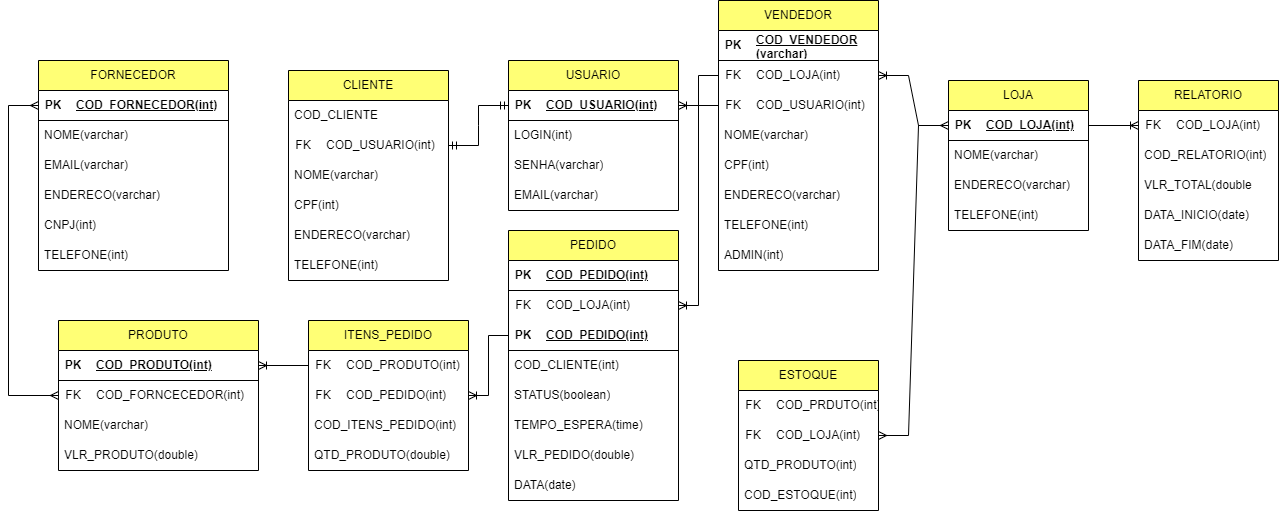
The draw.io diagram ProjetoLógicoZéDelivery/zedelivery.drawio.png in NicolasKevin2/BD, before a commit. Source tidied: cells renumbered, new cells last; positions are measured from the earlier drawing's top-left corner, leaving out a move shared by most shapes.
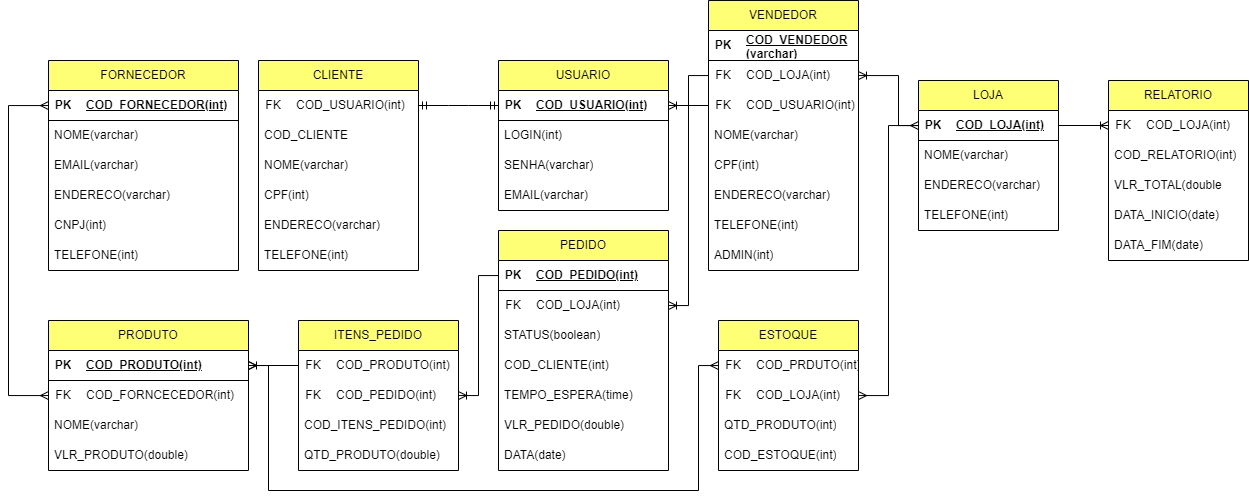
Above is the later version.

Diff of the diagram source:
```diff
@@ -27,13 +27,10 @@
       <mxGeometry y="120" width="170" height="30" as="geometry" />
     </mxCell>
     <mxCell id="10" value="CLIENTE" style="swimlane;fontStyle=0;horizontal=1;startSize=30;whiteSpace=wrap;html=1;fillColor=#FFFF75;" parent="1" vertex="1">
-      <mxGeometry x="280" y="70" width="160" height="210" as="geometry" />
+      <mxGeometry x="260" y="60" width="160" height="210" as="geometry" />
     </mxCell>
-    <mxCell id="11" value="COD_CLIENTE" style="text;strokeColor=none;fillColor=none;align=left;verticalAlign=middle;spacingLeft=4;spacingRight=4;overflow=hidden;whiteSpace=wrap;html=1;" parent="10" vertex="1">
-      <mxGeometry y="30" width="160" height="30" as="geometry" />
-    </mxCell>
     <mxCell id="12" style="shape=table;startSize=0;rowLines=0;fontStyle=0;align=center;strokeColor=none;fillColor=none;" parent="10" vertex="1">
-      <mxGeometry y="60" width="160" height="30" as="geometry" />
+      <mxGeometry y="30" width="160" height="30" as="geometry" />
     </mxCell>
     <mxCell id="13" style="shape=tableRow;horizontal=0;startSize=0;swimlaneHead=0;swimlaneBody=0;fillColor=none;points=[[0,0.5],[1,0.5]];portConstraint=eastwest;top=0;left=0;right=0;bottom=0;" parent="12" vertex="1">
       <mxGeometry width="160" height="30" as="geometry" />
@@ -44,6 +41,9 @@
     <mxCell id="15" value="COD_USUARIO(int)" style="shape=partialRectangle;fillColor=none;top=0;left=0;bottom=0;right=0;align=left;spacingLeft=6;fontStyle=0;overflow=hidden;whiteSpace=wrap;html=1;" parent="13" vertex="1">
       <mxGeometry x="30" width="130" height="30" as="geometry" />
     </mxCell>
+    <mxCell id="11" value="COD_CLIENTE" style="text;strokeColor=none;fillColor=none;align=left;verticalAlign=middle;spacingLeft=4;spacingRight=4;overflow=hidden;whiteSpace=wrap;html=1;" parent="10" vertex="1">
+      <mxGeometry y="60" width="160" height="30" as="geometry" />
+    </mxCell>
     <mxCell id="16" value="NOME(varchar)" style="text;strokeColor=none;fillColor=none;align=left;verticalAlign=middle;spacingLeft=4;spacingRight=4;overflow=hidden;whiteSpace=wrap;html=1;" parent="10" vertex="1">
       <mxGeometry y="90" width="160" height="30" as="geometry" />
     </mxCell>
@@ -57,10 +57,10 @@
       <mxGeometry y="180" width="160" height="30" as="geometry" />
     </mxCell>
     <mxCell id="20" value="VENDEDOR" style="swimlane;fontStyle=0;horizontal=1;startSize=30;whiteSpace=wrap;html=1;fillColor=#FFFF75;" parent="1" vertex="1">
-      <mxGeometry x="710" width="160" height="270" as="geometry" />
+      <mxGeometry x="710" width="150" height="270" as="geometry" />
     </mxCell>
     <mxCell id="21" style="shape=tableRow;horizontal=0;startSize=0;swimlaneHead=0;swimlaneBody=0;fillColor=none;top=0;left=0;right=0;bottom=1;" parent="20" vertex="1">
-      <mxGeometry y="30" width="160" height="30" as="geometry" />
+      <mxGeometry y="30" width="150" height="30" as="geometry" />
     </mxCell>
     <mxCell id="22" value="PK" style="shape=partialRectangle;fillColor=none;top=0;left=0;bottom=0;right=0;fontStyle=1;overflow=hidden;whiteSpace=wrap;html=1;" parent="21" vertex="1">
       <mxGeometry width="30" height="30" as="geometry" />
@@ -69,46 +69,46 @@
       <mxGeometry x="30" width="150" height="30" as="geometry" />
     </mxCell>
     <mxCell id="24" style="shape=table;startSize=0;rowLines=0;fontStyle=0;align=center;strokeColor=none;fillColor=none;" parent="20" vertex="1">
-      <mxGeometry y="60" width="160" height="30" as="geometry" />
+      <mxGeometry y="60" width="150" height="30" as="geometry" />
     </mxCell>
     <mxCell id="25" style="shape=tableRow;horizontal=0;startSize=0;swimlaneHead=0;swimlaneBody=0;fillColor=none;points=[[0,0.5],[1,0.5]];portConstraint=eastwest;top=0;left=0;right=0;bottom=0;" parent="24" vertex="1">
-      <mxGeometry width="160" height="30" as="geometry" />
+      <mxGeometry width="150" height="30" as="geometry" />
     </mxCell>
     <mxCell id="26" value="FK" style="shape=partialRectangle;fillColor=none;top=0;left=0;bottom=0;right=0;fontStyle=0;overflow=hidden;whiteSpace=wrap;html=1;" parent="25" vertex="1">
       <mxGeometry width="30" height="30" as="geometry" />
     </mxCell>
     <mxCell id="27" value="COD_LOJA(int)" style="shape=partialRectangle;fillColor=none;top=0;left=0;bottom=0;right=0;align=left;spacingLeft=6;fontStyle=0;overflow=hidden;whiteSpace=wrap;html=1;" parent="25" vertex="1">
-      <mxGeometry x="30" width="130" height="30" as="geometry" />
+      <mxGeometry x="30" width="120" height="30" as="geometry" />
     </mxCell>
     <mxCell id="28" style="shape=table;startSize=0;rowLines=0;fontStyle=0;align=center;strokeColor=none;fillColor=none;" parent="20" vertex="1">
-      <mxGeometry y="90" width="160" height="30" as="geometry" />
+      <mxGeometry y="90" width="150" height="30" as="geometry" />
     </mxCell>
     <mxCell id="29" style="shape=tableRow;horizontal=0;startSize=0;swimlaneHead=0;swimlaneBody=0;fillColor=none;points=[[0,0.5],[1,0.5]];portConstraint=eastwest;top=0;left=0;right=0;bottom=0;" parent="28" vertex="1">
-      <mxGeometry width="160" height="30" as="geometry" />
+      <mxGeometry width="150" height="30" as="geometry" />
     </mxCell>
     <mxCell id="30" value="FK" style="shape=partialRectangle;fillColor=none;top=0;left=0;bottom=0;right=0;fontStyle=0;overflow=hidden;whiteSpace=wrap;html=1;" parent="29" vertex="1">
       <mxGeometry width="30" height="30" as="geometry" />
     </mxCell>
     <mxCell id="31" value="COD_USUARIO(int)" style="shape=partialRectangle;fillColor=none;top=0;left=0;bottom=0;right=0;align=left;spacingLeft=6;fontStyle=0;overflow=hidden;whiteSpace=wrap;html=1;" parent="29" vertex="1">
-      <mxGeometry x="30" width="130" height="30" as="geometry" />
+      <mxGeometry x="30" width="120" height="30" as="geometry" />
     </mxCell>
     <mxCell id="32" value="NOME(varchar)" style="text;strokeColor=none;fillColor=none;align=left;verticalAlign=middle;spacingLeft=4;spacingRight=4;overflow=hidden;whiteSpace=wrap;html=1;" parent="20" vertex="1">
-      <mxGeometry y="120" width="160" height="30" as="geometry" />
+      <mxGeometry y="120" width="150" height="30" as="geometry" />
     </mxCell>
     <mxCell id="33" value="CPF(int)" style="text;strokeColor=none;fillColor=none;align=left;verticalAlign=middle;spacingLeft=4;spacingRight=4;overflow=hidden;whiteSpace=wrap;html=1;" parent="20" vertex="1">
-      <mxGeometry y="150" width="160" height="30" as="geometry" />
+      <mxGeometry y="150" width="150" height="30" as="geometry" />
     </mxCell>
     <mxCell id="34" value="ENDERECO(varchar)" style="text;strokeColor=none;fillColor=none;align=left;verticalAlign=middle;spacingLeft=4;spacingRight=4;overflow=hidden;whiteSpace=wrap;html=1;" parent="20" vertex="1">
-      <mxGeometry y="180" width="160" height="30" as="geometry" />
+      <mxGeometry y="180" width="150" height="30" as="geometry" />
     </mxCell>
     <mxCell id="35" value="TELEFONE(int)" style="text;strokeColor=none;fillColor=none;align=left;verticalAlign=middle;spacingLeft=4;spacingRight=4;overflow=hidden;whiteSpace=wrap;html=1;" parent="20" vertex="1">
-      <mxGeometry y="210" width="160" height="30" as="geometry" />
+      <mxGeometry y="210" width="150" height="30" as="geometry" />
     </mxCell>
     <mxCell id="36" value="ADMIN(int)" style="text;strokeColor=none;fillColor=none;align=left;verticalAlign=middle;spacingLeft=4;spacingRight=4;overflow=hidden;whiteSpace=wrap;html=1;" parent="20" vertex="1">
-      <mxGeometry y="240" width="160" height="30" as="geometry" />
+      <mxGeometry y="240" width="150" height="30" as="geometry" />
     </mxCell>
     <mxCell id="37" value="LOJA" style="swimlane;fontStyle=0;horizontal=1;startSize=30;whiteSpace=wrap;html=1;fillColor=#FFFF75;" parent="1" vertex="1">
-      <mxGeometry x="940" y="80" width="140" height="150" as="geometry" />
+      <mxGeometry x="920" y="80" width="140" height="150" as="geometry" />
     </mxCell>
     <mxCell id="38" style="shape=table;startSize=0;rowLines=0;fontStyle=0;align=center;strokeColor=none;fillColor=none;" parent="37" vertex="1">
       <mxGeometry y="30" width="140" height="30" as="geometry" />
@@ -132,7 +132,7 @@
       <mxGeometry y="120" width="140" height="30" as="geometry" />
     </mxCell>
     <mxCell id="45" value="PEDIDO" style="swimlane;fontStyle=0;horizontal=1;startSize=30;whiteSpace=wrap;html=1;fillColor=#FFFF75;" parent="1" vertex="1">
-      <mxGeometry x="500" y="230" width="170" height="270" as="geometry" />
+      <mxGeometry x="500" y="230" width="170" height="240" as="geometry" />
     </mxCell>
     <mxCell id="46" style="shape=table;startSize=0;rowLines=0;fontStyle=0;align=center;strokeColor=none;fillColor=none;" parent="45" vertex="1">
       <mxGeometry y="30" width="170" height="30" as="geometry" />
@@ -146,10 +146,10 @@
     <mxCell id="49" value="COD_PEDIDO(int)" style="shape=partialRectangle;fillColor=none;top=0;left=0;bottom=0;right=0;align=left;spacingLeft=6;fontStyle=5;overflow=hidden;whiteSpace=wrap;html=1;" parent="47" vertex="1">
       <mxGeometry x="30" width="140" height="30" as="geometry" />
     </mxCell>
-    <mxCell id="50" style="shape=table;startSize=0;rowLines=0;fontStyle=0;align=center;strokeColor=none;fillColor=none;" parent="45" vertex="1">
-      <mxGeometry y="60" width="170" height="60" as="geometry" />
-    </mxCell>
+    <mxCell id="123" style="shape=table;startSize=0;rowLines=0;fontStyle=0;align=center;strokeColor=none;fillColor=none;" parent="45" vertex="1">
+      <mxGeometry y="60" width="170" height="30" as="geometry" />
+    </mxCell>
-    <mxCell id="51" style="shape=tableRow;horizontal=0;startSize=0;swimlaneHead=0;swimlaneBody=0;fillColor=none;points=[[0,0.5],[1,0.5]];portConstraint=eastwest;top=0;left=0;right=0;bottom=0;" parent="50" vertex="1">
+    <mxCell id="51" style="shape=tableRow;horizontal=0;startSize=0;swimlaneHead=0;swimlaneBody=0;fillColor=none;points=[[0,0.5],[1,0.5]];portConstraint=eastwest;top=0;left=0;right=0;bottom=0;" parent="123" vertex="1">
       <mxGeometry width="170" height="30" as="geometry" />
     </mxCell>
     <mxCell id="52" value="FK" style="shape=partialRectangle;fillColor=none;top=0;left=0;bottom=0;right=0;fontStyle=0;overflow=hidden;whiteSpace=wrap;html=1;" parent="51" vertex="1">
@@ -158,29 +158,20 @@
     <mxCell id="53" value="COD_LOJA(int)" style="shape=partialRectangle;fillColor=none;top=0;left=0;bottom=0;right=0;align=left;spacingLeft=6;fontStyle=0;overflow=hidden;whiteSpace=wrap;html=1;" parent="51" vertex="1">
       <mxGeometry x="30" width="140" height="30" as="geometry" />
     </mxCell>
-    <mxCell id="54" style="shape=tableRow;horizontal=0;startSize=0;swimlaneHead=0;swimlaneBody=0;fillColor=none;points=[[0,0.5],[1,0.5]];portConstraint=eastwest;top=0;left=0;right=0;bottom=1;" parent="50" vertex="1">
-      <mxGeometry y="30" width="170" height="30" as="geometry" />
-    </mxCell>
-    <mxCell id="55" value="PK" style="shape=partialRectangle;fillColor=none;top=0;left=0;bottom=0;right=0;fontStyle=1;overflow=hidden;whiteSpace=wrap;html=1;" parent="54" vertex="1">
-      <mxGeometry width="30" height="30" as="geometry" />
-    </mxCell>
-    <mxCell id="56" value="COD_PEDIDO(int)" style="shape=partialRectangle;fillColor=none;top=0;left=0;bottom=0;right=0;align=left;spacingLeft=6;fontStyle=5;overflow=hidden;whiteSpace=wrap;html=1;" parent="54" vertex="1">
-      <mxGeometry x="30" width="140" height="30" as="geometry" />
-    </mxCell>
+    <mxCell id="58" value="STATUS(boolean)" style="text;strokeColor=none;fillColor=none;align=left;verticalAlign=middle;spacingLeft=4;spacingRight=4;overflow=hidden;whiteSpace=wrap;html=1;" parent="45" vertex="1">
+      <mxGeometry y="90" width="170" height="30" as="geometry" />
+    </mxCell>
     <mxCell id="57" value="COD_CLIENTE(int)" style="text;strokeColor=none;fillColor=none;align=left;verticalAlign=middle;spacingLeft=4;spacingRight=4;overflow=hidden;whiteSpace=wrap;html=1;" parent="45" vertex="1">
       <mxGeometry y="120" width="170" height="30" as="geometry" />
     </mxCell>
-    <mxCell id="58" value="STATUS(boolean)" style="text;strokeColor=none;fillColor=none;align=left;verticalAlign=middle;spacingLeft=4;spacingRight=4;overflow=hidden;whiteSpace=wrap;html=1;" parent="45" vertex="1">
-      <mxGeometry y="150" width="170" height="30" as="geometry" />
-    </mxCell>
     <mxCell id="59" value="TEMPO_ESPERA(time)" style="text;strokeColor=none;fillColor=none;align=left;verticalAlign=middle;spacingLeft=4;spacingRight=4;overflow=hidden;whiteSpace=wrap;html=1;" parent="45" vertex="1">
-      <mxGeometry y="180" width="170" height="30" as="geometry" />
+      <mxGeometry y="150" width="170" height="30" as="geometry" />
     </mxCell>
     <mxCell id="60" value="VLR_PEDIDO(double)" style="text;strokeColor=none;fillColor=none;align=left;verticalAlign=middle;spacingLeft=4;spacingRight=4;overflow=hidden;whiteSpace=wrap;html=1;" parent="45" vertex="1">
-      <mxGeometry y="210" width="170" height="30" as="geometry" />
+      <mxGeometry y="180" width="170" height="30" as="geometry" />
     </mxCell>
     <mxCell id="61" value="DATA(date)" style="text;strokeColor=none;fillColor=none;align=left;verticalAlign=middle;spacingLeft=4;spacingRight=4;overflow=hidden;whiteSpace=wrap;html=1;" parent="45" vertex="1">
-      <mxGeometry y="240" width="170" height="30" as="geometry" />
+      <mxGeometry y="210" width="170" height="30" as="geometry" />
     </mxCell>
     <mxCell id="62" value="ITENS_PEDIDO" style="swimlane;fontStyle=0;horizontal=1;startSize=30;whiteSpace=wrap;html=1;fillColor=#FFFF75;" parent="1" vertex="1">
       <mxGeometry x="300" y="320" width="160" height="150" as="geometry" />
@@ -249,7 +240,7 @@
       <mxGeometry y="120" width="200" height="30" as="geometry" />
     </mxCell>
     <mxCell id="84" value="FORNECEDOR" style="swimlane;fontStyle=0;horizontal=1;startSize=30;whiteSpace=wrap;html=1;fillColor=#FFFF75;" parent="1" vertex="1">
-      <mxGeometry x="30" y="60" width="190" height="210" as="geometry" />
+      <mxGeometry x="50" y="60" width="190" height="210" as="geometry" />
     </mxCell>
     <mxCell id="85" style="shape=table;startSize=0;rowLines=0;fontStyle=0;align=center;strokeColor=none;fillColor=none;" parent="84" vertex="1">
       <mxGeometry y="30" width="190" height="30" as="geometry" />
@@ -279,7 +270,7 @@
       <mxGeometry y="180" width="190" height="30" as="geometry" />
     </mxCell>
     <mxCell id="94" value="ESTOQUE" style="swimlane;fontStyle=0;horizontal=1;startSize=30;whiteSpace=wrap;html=1;fillColor=#FFFF75;" parent="1" vertex="1">
-      <mxGeometry x="730" y="360" width="140" height="150" as="geometry" />
+      <mxGeometry x="720" y="320" width="140" height="150" as="geometry" />
     </mxCell>
     <mxCell id="95" style="shape=table;startSize=0;rowLines=0;fontStyle=0;align=center;strokeColor=none;fillColor=none;" parent="94" vertex="1">
       <mxGeometry y="30" width="140" height="30" as="geometry" />
@@ -312,7 +303,7 @@
       <mxGeometry y="120" width="140" height="30" as="geometry" />
     </mxCell>
     <mxCell id="105" value="RELATORIO" style="swimlane;fontStyle=0;horizontal=1;startSize=30;whiteSpace=wrap;html=1;fillColor=#FFFF75;" parent="1" vertex="1">
-      <mxGeometry x="1130" y="80" width="140" height="180" as="geometry" />
+      <mxGeometry x="1110" y="80" width="140" height="180" as="geometry" />
     </mxCell>
     <mxCell id="106" style="shape=table;startSize=0;rowLines=0;fontStyle=0;align=center;strokeColor=none;fillColor=none;" parent="105" vertex="1">
       <mxGeometry y="30" width="140" height="30" as="geometry" />
@@ -338,10 +329,15 @@
     <mxCell id="113" value="DATA_FIM(date)" style="text;strokeColor=none;fillColor=none;align=left;verticalAlign=middle;spacingLeft=4;spacingRight=4;overflow=hidden;whiteSpace=wrap;html=1;" parent="105" vertex="1">
       <mxGeometry y="150" width="140" height="30" as="geometry" />
     </mxCell>
-    <mxCell id="114" style="edgeStyle=entityRelationEdgeStyle;fontSize=12;html=1;endArrow=ERoneToMany;rounded=0;" parent="1" edge="1" source="39" target="25">
-      <mxGeometry relative="1" as="geometry" />
+    <mxCell id="114" style="edgeStyle=orthogonalEdgeStyle;fontSize=12;html=1;endArrow=ERoneToMany;rounded=0;" parent="1" edge="1" source="39" target="25">
+      <mxGeometry relative="1" as="geometry">
+        <Array as="points">
+          <mxPoint x="900" y="125" />
+          <mxPoint x="900" y="75" />
+        </Array>
+      </mxGeometry>
     </mxCell>
-    <mxCell id="115" style="edgeStyle=entityRelationEdgeStyle;fontSize=12;html=1;endArrow=ERmany;startArrow=ERmany;rounded=0;" parent="1" edge="1" source="100" target="39">
+    <mxCell id="115" style="edgeStyle=orthogonalEdgeStyle;fontSize=12;html=1;endArrow=ERmany;startArrow=ERmany;rounded=0;" parent="1" edge="1" source="100" target="39">
       <mxGeometry relative="1" as="geometry" />
     </mxCell>
     <mxCell id="116" style="edgeStyle=entityRelationEdgeStyle;fontSize=12;html=1;endArrow=ERoneToMany;rounded=0;" parent="1" edge="1" source="39" target="107">
@@ -356,19 +352,29 @@
     <mxCell id="119" style="edgeStyle=orthogonalEdgeStyle;fontSize=12;html=1;endArrow=ERmany;startArrow=ERmany;rounded=0;" parent="1" edge="1" source="79" target="86">
       <mxGeometry relative="1" as="geometry">
         <Array as="points">
-          <mxPoint y="395" />
-          <mxPoint y="105" />
+          <mxPoint x="10" y="395" />
+          <mxPoint x="10" y="105" />
         </Array>
       </mxGeometry>
     </mxCell>
     <mxCell id="120" style="edgeStyle=entityRelationEdgeStyle;fontSize=12;html=1;endArrow=ERoneToMany;rounded=0;" parent="1" edge="1" source="64" target="75">
       <mxGeometry relative="1" as="geometry" />
     </mxCell>
-    <mxCell id="121" style="edgeStyle=orthogonalEdgeStyle;fontSize=12;html=1;endArrow=ERoneToMany;rounded=0;" parent="1" edge="1" source="54" target="68">
+    <mxCell id="121" style="edgeStyle=orthogonalEdgeStyle;fontSize=12;html=1;endArrow=ERoneToMany;rounded=0;" parent="1" edge="1" source="47" target="68">
       <mxGeometry relative="1" as="geometry" />
     </mxCell>
     <mxCell id="122" style="edgeStyle=entityRelationEdgeStyle;fontSize=12;html=1;endArrow=ERoneToMany;rounded=0;" parent="1" edge="1" source="29" target="4">
       <mxGeometry relative="1" as="geometry" />
     </mxCell>
+    <mxCell id="124" style="edgeStyle=orthogonalEdgeStyle;fontSize=12;html=1;endArrow=ERmany;startArrow=ERmany;rounded=0;" parent="1" edge="1" source="75" target="96">
+      <mxGeometry relative="1" as="geometry">
+        <Array as="points">
+          <mxPoint x="270" y="365" />
+          <mxPoint x="270" y="490" />
+          <mxPoint x="700" y="490" />
+          <mxPoint x="700" y="365" />
+        </Array>
+      </mxGeometry>
+    </mxCell>
   </root>
 </mxGraphModel>
```
